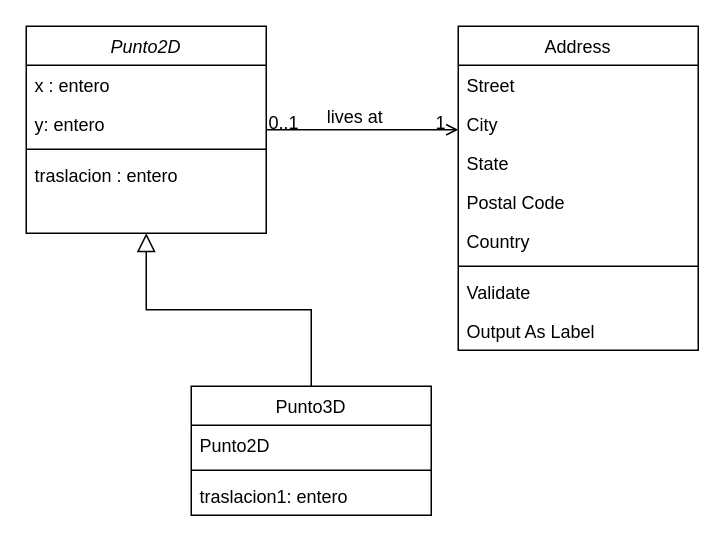
Before: herencia-simple/herencia_simple.drawio in andmansim/Ejercicios-de-Herencias-de-POO, a draw.io diagram. Source tidied: cells renumbered, new cells numbered last; positions are measured from the earlier drawing's top-left corner, leaving out a move shared by most shapes. Both pictures are drawn from the tidied source at 150%, with x=0, y=0 at pixel (26, 26).
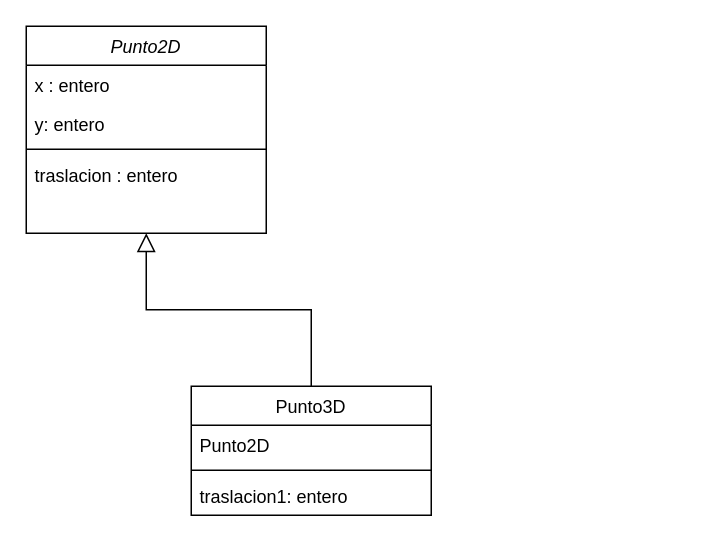
The same page after the edit.

The change refers to these unchanged cells:
```xml
<mxCell id="2" value="Punto2D" style="swimlane;fontStyle=2;align=center;verticalAlign=top;horizontal=1;startSize=26;rounded=0;shadow=0;strokeWidth=1;" parent="1" vertex="1">
  <mxGeometry width="160" height="138" as="geometry" />
</mxCell>
```

The edit, as a diff of the source:
```diff
@@
-    <mxCell id="12" value="Address" style="swimlane;fontStyle=0;align=center;verticalAlign=top;horizontal=1;startSize=26;rounded=0;shadow=0;strokeWidth=1;" parent="1" vertex="1">
-      <mxGeometry x="288" width="160" height="216" as="geometry" />
-    </mxCell>
-    <mxCell id="13" value="Street" style="text;align=left;verticalAlign=top;spacingLeft=4;spacingRight=4;overflow=hidden;" parent="12" vertex="1">
-      <mxGeometry y="26" width="160" height="26" as="geometry" />
-    </mxCell>
-    <mxCell id="14" value="City" style="text;align=left;verticalAlign=top;spacingLeft=4;spacingRight=4;overflow=hidden;rounded=0;shadow=0;html=0;" parent="12" vertex="1">
-      <mxGeometry y="52" width="160" height="26" as="geometry" />
-    </mxCell>
-    <mxCell id="15" value="State" style="text;align=left;verticalAlign=top;spacingLeft=4;spacingRight=4;overflow=hidden;rounded=0;shadow=0;html=0;" parent="12" vertex="1">
-      <mxGeometry y="78" width="160" height="26" as="geometry" />
-    </mxCell>
-    <mxCell id="16" value="Postal Code" style="text;align=left;verticalAlign=top;spacingLeft=4;spacingRight=4;overflow=hidden;rounded=0;shadow=0;html=0;" parent="12" vertex="1">
-      <mxGeometry y="104" width="160" height="26" as="geometry" />
-    </mxCell>
-    <mxCell id="17" value="Country" style="text;align=left;verticalAlign=top;spacingLeft=4;spacingRight=4;overflow=hidden;rounded=0;shadow=0;html=0;" parent="12" vertex="1">
-      <mxGeometry y="130" width="160" height="26" as="geometry" />
-    </mxCell>
-    <mxCell id="18" style="line;html=1;strokeWidth=1;align=left;verticalAlign=middle;spacingTop=-1;spacingLeft=3;spacingRight=3;labelPosition=right;" parent="12" vertex="1">
-      <mxGeometry y="156" width="160" height="8" as="geometry" />
-    </mxCell>
-    <mxCell id="19" value="Validate" style="text;align=left;verticalAlign=top;spacingLeft=4;spacingRight=4;overflow=hidden;" parent="12" vertex="1">
-      <mxGeometry y="164" width="160" height="26" as="geometry" />
-    </mxCell>
-    <mxCell id="20" value="Output As Label" style="text;align=left;verticalAlign=top;spacingLeft=4;spacingRight=4;overflow=hidden;" parent="12" vertex="1">
-      <mxGeometry y="190" width="160" height="26" as="geometry" />
-    </mxCell>
-    <mxCell id="21" style="endArrow=open;shadow=0;strokeWidth=1;rounded=0;endFill=1;edgeStyle=elbowEdgeStyle;elbow=vertical;" parent="1" edge="1" source="2" target="12">
-      <mxGeometry x="0.5" y="41" relative="1" as="geometry">
-        <mxPoint x="-40" y="32" as="offset" />
-      </mxGeometry>
-    </mxCell>
-    <mxCell id="22" value="0..1" style="align=left;verticalAlign=bottom;labelBackgroundColor=none;fontSize=12;" parent="21" vertex="1">
-      <mxGeometry x="-1" relative="1" as="geometry">
-        <mxPoint y="4" as="offset" />
-      </mxGeometry>
-    </mxCell>
-    <mxCell id="23" value="1" style="align=right;verticalAlign=bottom;labelBackgroundColor=none;fontSize=12;" parent="21" vertex="1">
-      <mxGeometry x="1" relative="1" as="geometry">
-        <mxPoint x="-7" y="4" as="offset" />
-      </mxGeometry>
-    </mxCell>
-    <mxCell id="24" value="lives at" style="text;html=1;align=center;verticalAlign=middle;labelBackgroundColor=none;rounded=0;shadow=0;strokeWidth=1;fontSize=12;" parent="21" vertex="1">
-      <mxGeometry x="0.5" y="49" relative="1" as="geometry">
-        <mxPoint x="-38" y="40" as="offset" />
-      </mxGeometry>
-    </mxCell>
```
